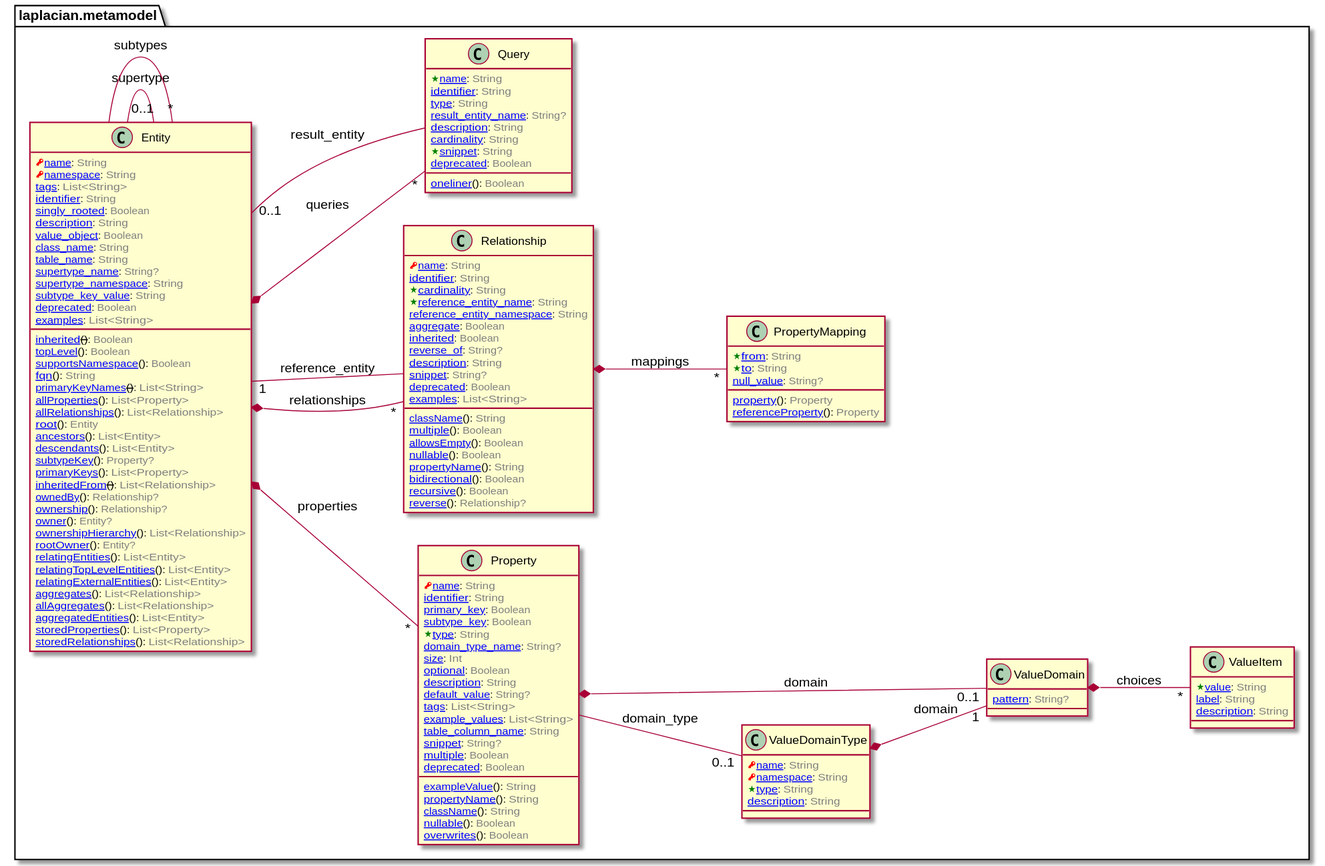
nabla-squared/laplacian-core keeps this PlantUML diagram as doc/image/model-diagram.svg. Above is the earlier version.
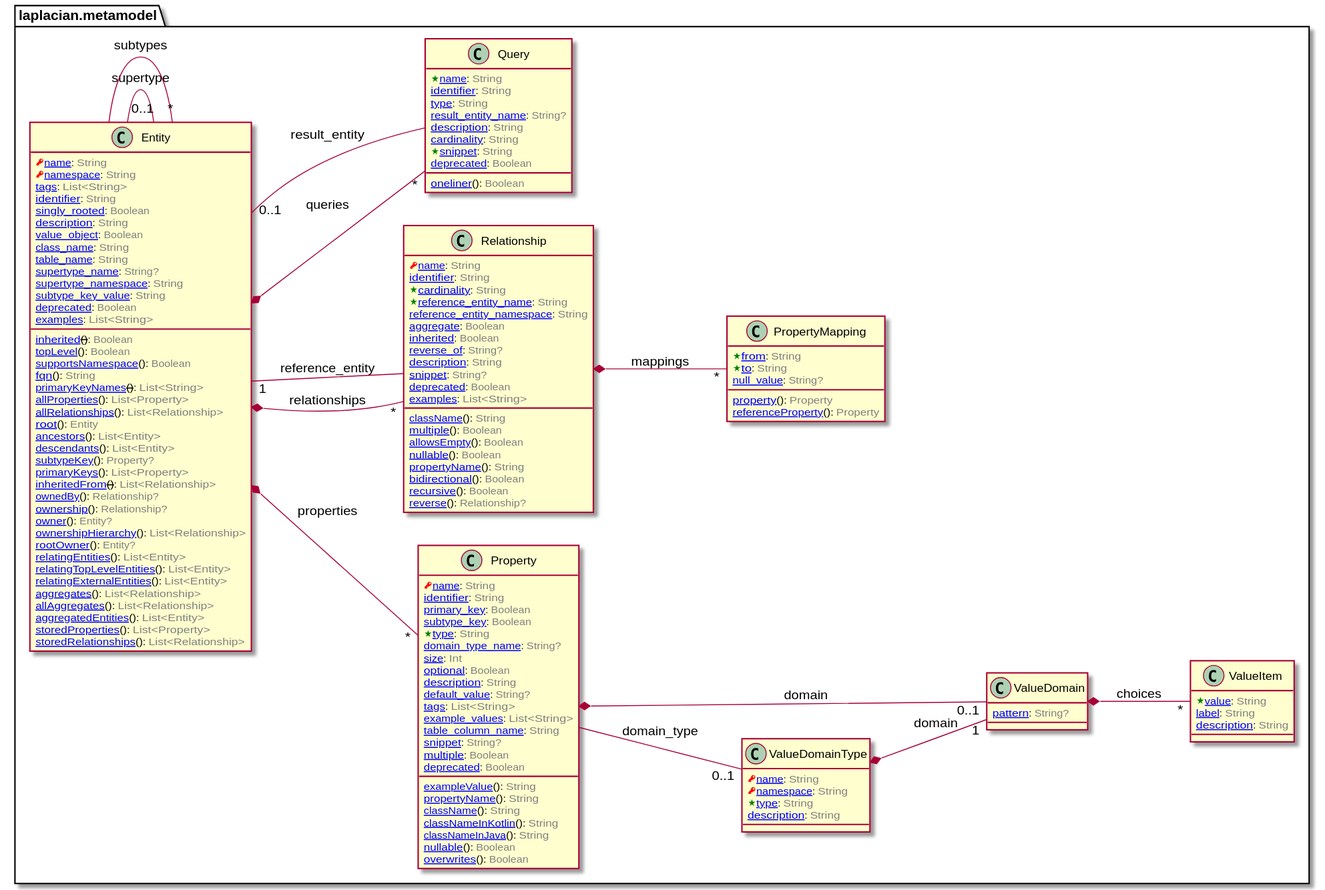
The same file after the commit.

Commit message:
add proerty which returns java type name of a property

The edit, as a diff of the source:
```diff
@@ -90,6 +90,8 @@
   [[/blob/master/doc/entities/Property.md#multiple-boolean multiple]]: <color:GRAY>Boolean</color>
   [[/blob/master/doc/entities/Property.md#property_name-string propertyName]](): <color:GRAY>String</color>
   [[/blob/master/doc/entities/Property.md#class_name-string className]](): <color:GRAY>String</color>
+  [[/blob/master/doc/entities/Property.md#class_name_in_kotlin-string classNameInKotlin]](): <color:GRAY>String</color>
+  [[/blob/master/doc/entities/Property.md#class_name_in_java-string classNameInJava]](): <color:GRAY>String</color>
   [[/blob/master/doc/entities/Property.md#nullable-boolean nullable]](): <color:GRAY>Boolean</color>
   [[/blob/master/doc/entities/Property.md#overwrites-boolean overwrites]](): <color:GRAY>Boolean</color>
   [[/blob/master/doc/entities/Property.md#deprecated-boolean deprecated]]: <color:GRAY>Boolean</color>
```
